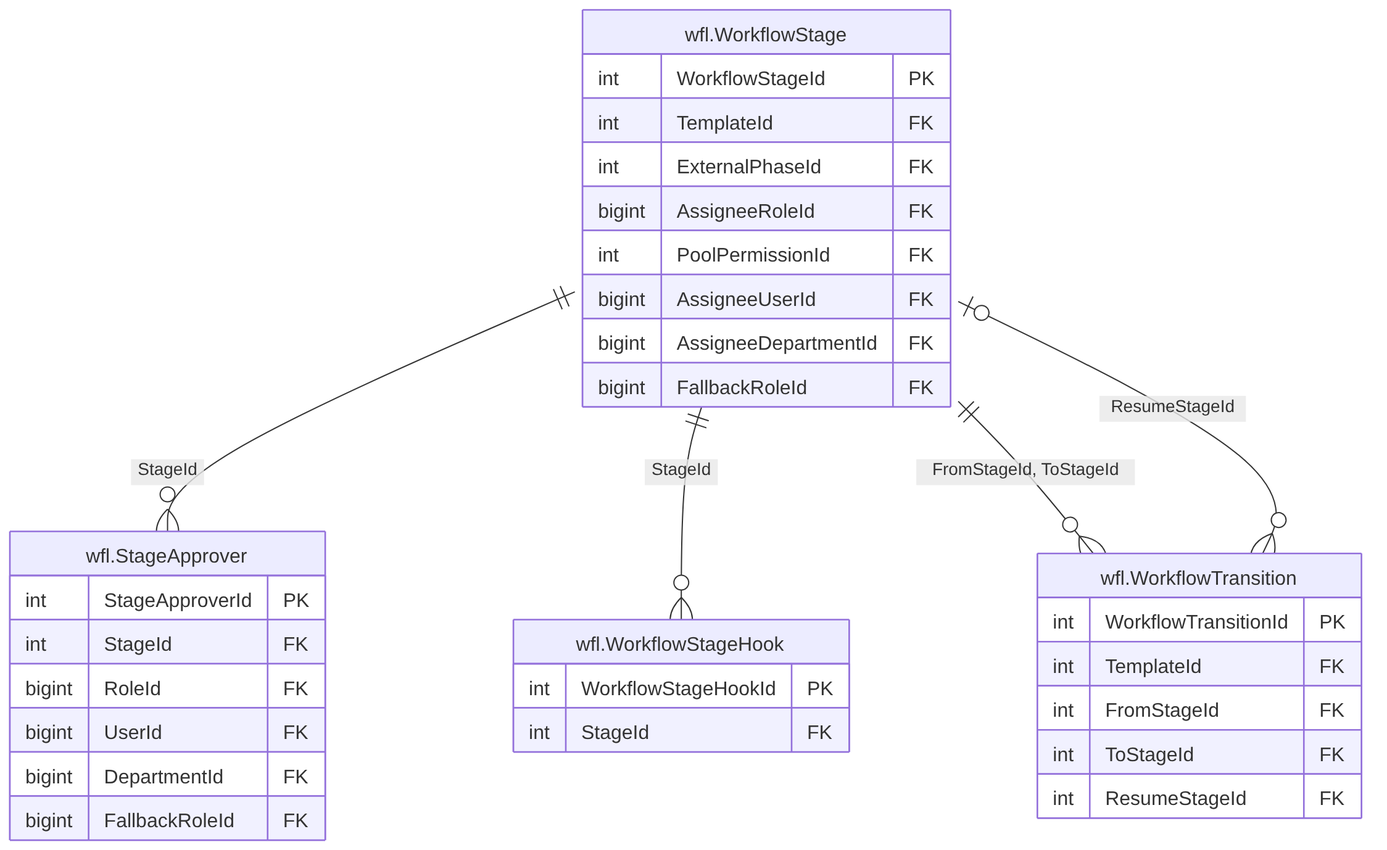
thawrasy/smartlines keeps this Mermaid diagram as treasury-platform/docs/diagrams/erd/m6_wf_templates_2.png. Above is the earlier version. Its source is kept beside it as treasury-platform/docs/diagrams/erd/m6_wf_templates_2.mmd.
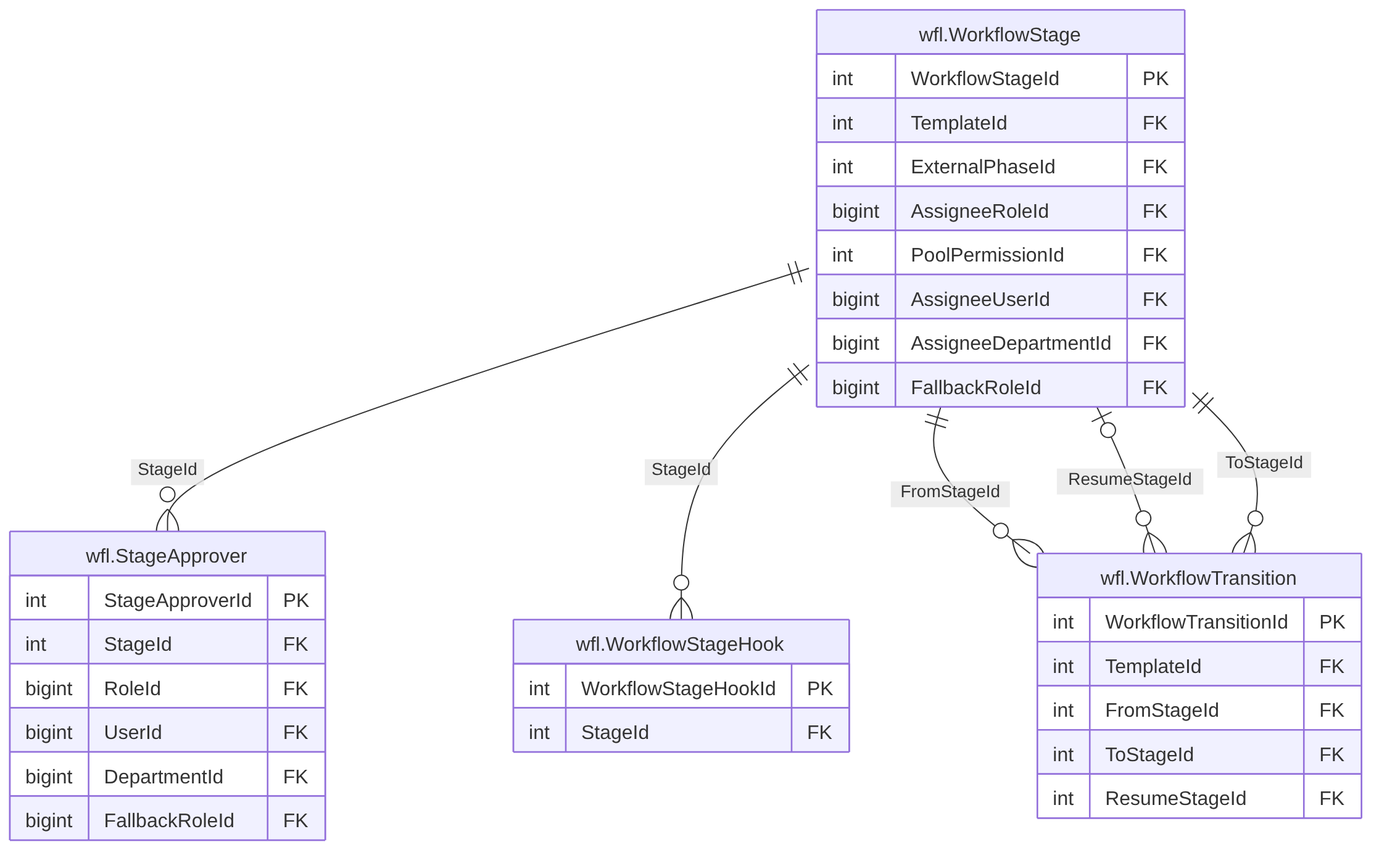
The same file after the commit.

What changed in the source:
```diff
@@ -30,5 +30,6 @@
   }
   wfl_WorkflowStage ||--o{ wfl_StageApprover : "StageId"
   wfl_WorkflowStage ||--o{ wfl_WorkflowStageHook : "StageId"
-  wfl_WorkflowStage ||--o{ wfl_WorkflowTransition : "FromStageId, ToStageId"
+  wfl_WorkflowStage ||--o{ wfl_WorkflowTransition : "FromStageId"
   wfl_WorkflowStage |o--o{ wfl_WorkflowTransition : "ResumeStageId"
+  wfl_WorkflowStage ||--o{ wfl_WorkflowTransition : "ToStageId"
```
